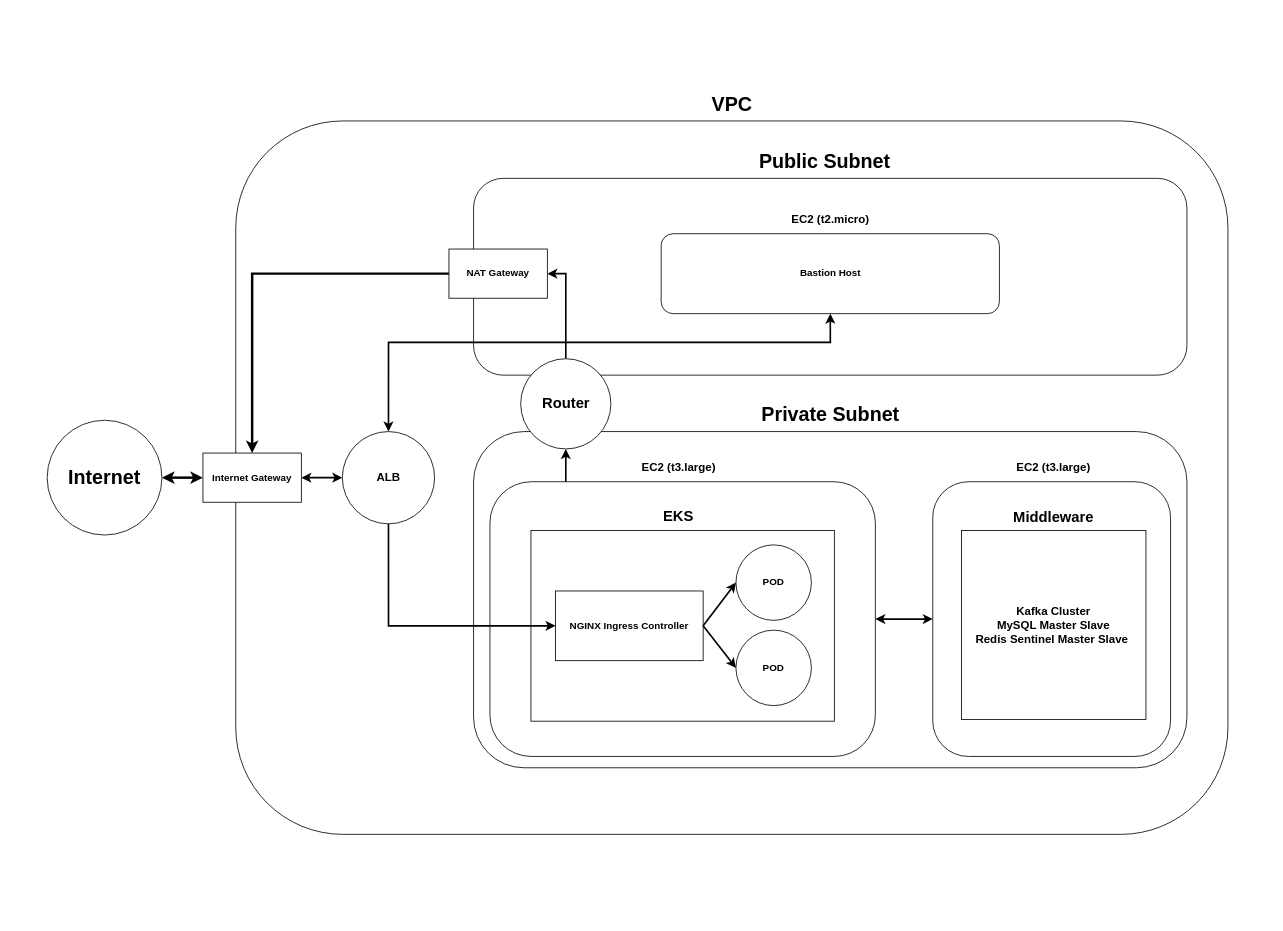
xianwew/Microservice-E-Commerce-FullStack keeps this draw.io diagram as backend/SystemDesign/deployment.drawio. Above is the earlier version. Source tidied: cells renumbered, new cells numbered last; positions are measured from the earlier drawing's top-left corner, leaving out a move shared by most shapes. Both pictures are drawn from the tidied source at 82%, with x=0, y=0 at pixel (47, 88).
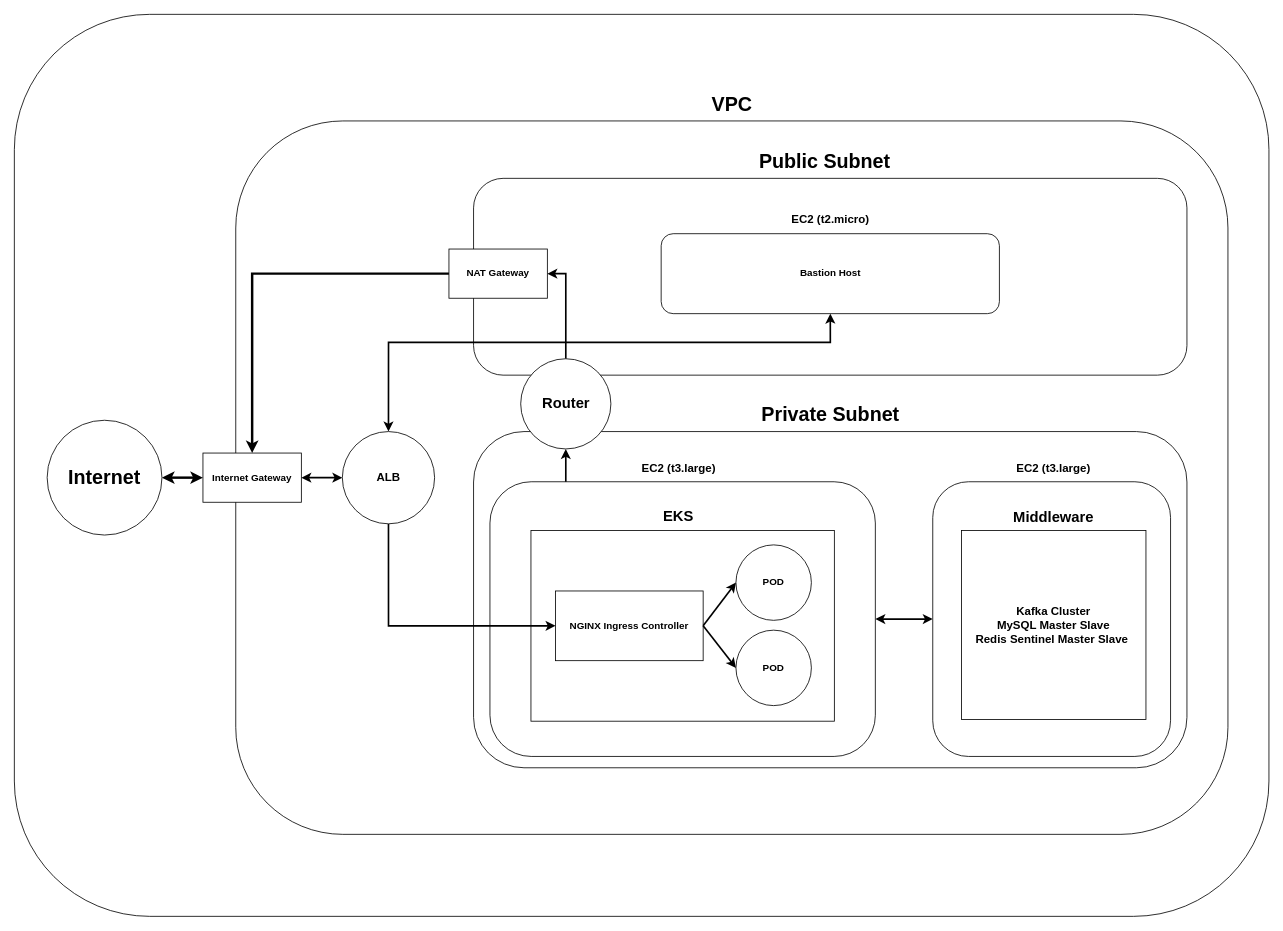
After the change.

The edit, as a diff of the source:
```diff
@@
+    <mxCell id="36" style="rounded=1;whiteSpace=wrap;html=1;" parent="1" vertex="1">
+      <mxGeometry x="-40" y="-90" width="1530" height="1100" as="geometry" />
+    </mxCell>
```
